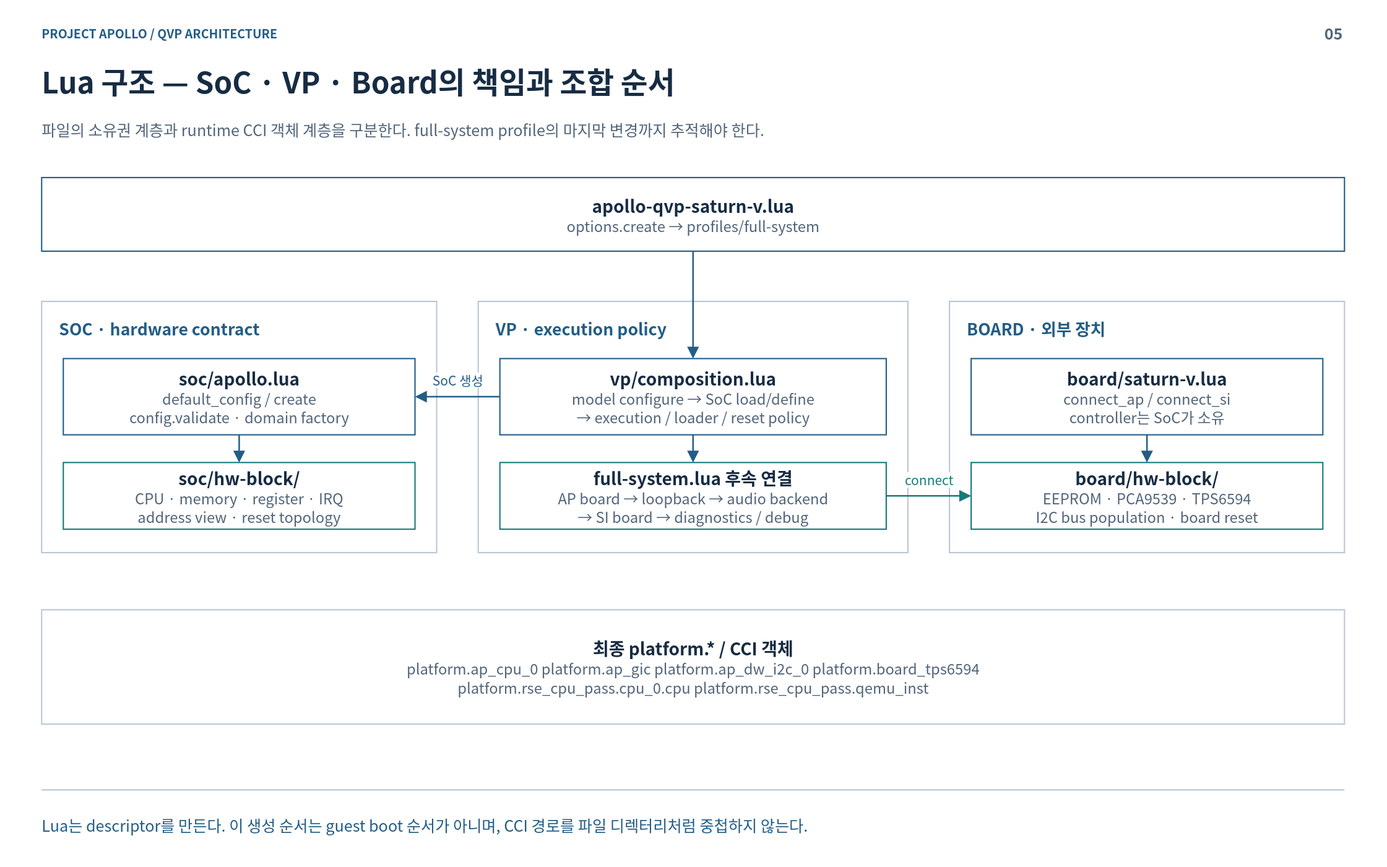
This is doc/phase1/qbox/diagrams/05-lua.drawio.svg from cometzero/project-apollo, a draw.io export, as it was before one commit. Source tidied: cells renumbered, new cells last; positions are measured from the earlier drawing's top-left corner, leaving out a move shared by most shapes.
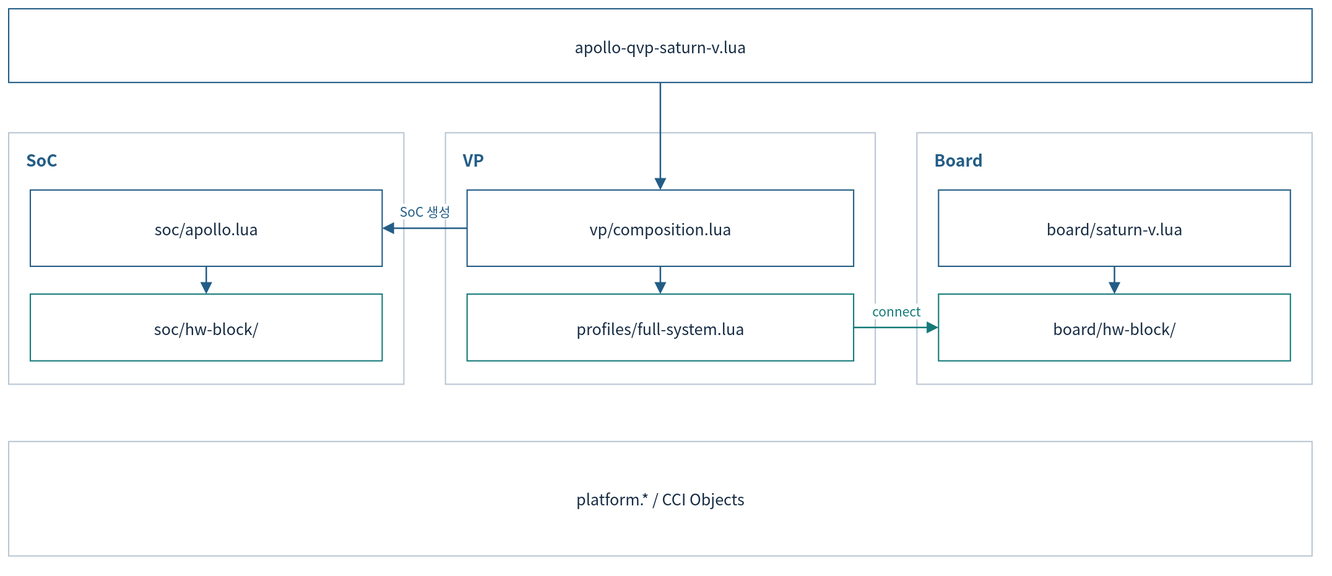
The same diagram one commit later.

The edit, as a diff of the source:
```diff
@@ -2,67 +2,43 @@
   <root>
     <mxCell id="0" />
     <mxCell id="1" parent="0" />
-    <mxCell id="2" style="rounded=0;whiteSpace=wrap;html=1;fillColor=#FFFFFF;strokeColor=none;strokeWidth=1.5;fontColor=#172C43;fontFamily=Noto Sans CJK KR;fontSize=18;spacing=14;" parent="1" vertex="1">
-      <mxGeometry width="1600" height="1000" as="geometry" />
-    </mxCell>
-    <mxCell id="3" value="PROJECT APOLLO  /  QVP ARCHITECTURE" style="rounded=0;whiteSpace=wrap;html=1;fillColor=#FFFFFF;strokeColor=none;strokeWidth=1.5;fontColor=#172C43;fontFamily=Noto Sans CJK KR;fontSize=18;spacing=14;fillColor=none;align=left;verticalAlign=middle;spacing=0;fontSize=14;fontColor=#235D86;fontStyle=1;" parent="1" vertex="1">
-      <mxGeometry x="48" y="26" width="1400" height="24" as="geometry" />
-    </mxCell>
-    <mxCell id="4" value="05" style="rounded=0;whiteSpace=wrap;html=1;fillColor=#FFFFFF;strokeColor=none;strokeWidth=1.5;fontColor=#172C43;fontFamily=Noto Sans CJK KR;fontSize=18;spacing=14;fillColor=none;align=right;verticalAlign=middle;spacing=0;fontSize=18;fontColor=#52657A;fontStyle=1;" parent="1" vertex="1">
-      <mxGeometry x="1485" y="23" width="65" height="30" as="geometry" />
-    </mxCell>
-    <mxCell id="5" value="Lua 구조 — SoC · VP · Board의 책임과 조합 순서" style="rounded=0;whiteSpace=wrap;html=1;fillColor=#FFFFFF;strokeColor=none;strokeWidth=1.5;fontColor=#172C43;fontFamily=Noto Sans CJK KR;fontSize=18;spacing=14;fillColor=none;align=left;verticalAlign=middle;spacing=0;fontSize=34;fontColor=#172C43;fontStyle=1;" parent="1" vertex="1">
-      <mxGeometry x="48" y="67" width="1504" height="54" as="geometry" />
-    </mxCell>
-    <mxCell id="6" value="파일의 소유권 계층과 runtime CCI 객체 계층을 구분한다. full-system profile의 마지막 변경까지 추적해야 한다." style="rounded=0;whiteSpace=wrap;html=1;fillColor=#FFFFFF;strokeColor=none;strokeWidth=1.5;fontColor=#172C43;fontFamily=Noto Sans CJK KR;fontSize=18;spacing=14;fillColor=none;align=left;verticalAlign=middle;spacing=0;fontSize=18;fontColor=#52657A;" parent="1" vertex="1">
-      <mxGeometry x="48" y="127" width="1504" height="44" as="geometry" />
-    </mxCell>
-    <mxCell id="7" style="html=1;rounded=0;edgeStyle=none;endArrow=none;endSize=9;strokeColor=#BAC7D3;strokeWidth=1.6;fontColor=#BAC7D3;fontFamily=Noto Sans CJK KR;fontSize=15;labelBackgroundColor=#FFFFFF;" parent="1" edge="1">
-      <mxGeometry relative="1" as="geometry">
-        <mxPoint x="48" y="912" as="sourcePoint" />
-        <mxPoint x="1552" y="912" as="targetPoint" />
-      </mxGeometry>
-    </mxCell>
-    <mxCell id="8" value="Lua는 descriptor를 만든다. 이 생성 순서는 guest boot 순서가 아니며, CCI 경로를 파일 디렉터리처럼 중첩하지 않는다." style="rounded=0;whiteSpace=wrap;html=1;fillColor=#FFFFFF;strokeColor=none;strokeWidth=1.5;fontColor=#172C43;fontFamily=Noto Sans CJK KR;fontSize=18;spacing=14;fillColor=none;align=left;verticalAlign=middle;spacing=0;fontSize=18;fontColor=#235D86;" parent="1" vertex="1">
-      <mxGeometry x="48" y="926" width="1504" height="52" as="geometry" />
-    </mxCell>
-    <mxCell id="9" value="&lt;b style=&quot;font-size:20px&quot;&gt;apollo-qvp-saturn-v.lua&lt;/b&gt;&lt;br&gt;&lt;font color=&quot;#52657A&quot; style=&quot;font-size:17px&quot;&gt;options.create → profiles/full-system&lt;/font&gt;" style="rounded=0;whiteSpace=wrap;html=1;fillColor=#FFFFFF;strokeColor=#235D86;strokeWidth=1.5;fontColor=#172C43;fontFamily=Noto Sans CJK KR;fontSize=18;spacing=14;" parent="1" vertex="1">
+    <mxCell id="9" value="apollo-qvp-saturn-v.lua" style="rounded=0;whiteSpace=wrap;html=1;fillColor=#FFFFFF;strokeColor=#235D86;strokeWidth=1.5;fontColor=#172C43;fontFamily=Noto Sans CJK KR;fontSize=18;spacing=14;" parent="1" vertex="1">
       <mxGeometry x="48" y="205" width="1504" height="85" as="geometry" />
     </mxCell>
     <mxCell id="10" style="rounded=0;whiteSpace=wrap;html=1;fillColor=#FFFFFF;strokeColor=#BAC7D3;strokeWidth=1.5;fontColor=#172C43;fontFamily=Noto Sans CJK KR;fontSize=18;spacing=14;" parent="1" vertex="1">
       <mxGeometry x="48" y="348" width="456" height="290" as="geometry" />
     </mxCell>
-    <mxCell id="11" value="SOC  ·  hardware contract" style="rounded=0;whiteSpace=wrap;html=1;fillColor=#FFFFFF;strokeColor=none;strokeWidth=1.5;fontColor=#172C43;fontFamily=Noto Sans CJK KR;fontSize=18;spacing=14;fillColor=none;align=left;verticalAlign=middle;spacing=0;fontSize=19;fontColor=#235D86;fontStyle=1;" parent="1" vertex="1">
+    <mxCell id="11" value="SoC" style="rounded=0;whiteSpace=wrap;html=1;fillColor=#FFFFFF;strokeColor=none;strokeWidth=1.5;fontColor=#172C43;fontFamily=Noto Sans CJK KR;fontSize=18;spacing=14;fillColor=none;align=left;verticalAlign=middle;spacing=0;fontSize=19;fontColor=#235D86;fontStyle=1;" parent="1" vertex="1">
       <mxGeometry x="68" y="363" width="416" height="32" as="geometry" />
     </mxCell>
     <mxCell id="12" style="rounded=0;whiteSpace=wrap;html=1;fillColor=#FFFFFF;strokeColor=#BAC7D3;strokeWidth=1.5;fontColor=#172C43;fontFamily=Noto Sans CJK KR;fontSize=18;spacing=14;" parent="1" vertex="1">
       <mxGeometry x="552" y="348" width="496" height="290" as="geometry" />
     </mxCell>
-    <mxCell id="13" value="VP  ·  execution policy" style="rounded=0;whiteSpace=wrap;html=1;fillColor=#FFFFFF;strokeColor=none;strokeWidth=1.5;fontColor=#172C43;fontFamily=Noto Sans CJK KR;fontSize=18;spacing=14;fillColor=none;align=left;verticalAlign=middle;spacing=0;fontSize=19;fontColor=#235D86;fontStyle=1;" parent="1" vertex="1">
+    <mxCell id="13" value="VP" style="rounded=0;whiteSpace=wrap;html=1;fillColor=#FFFFFF;strokeColor=none;strokeWidth=1.5;fontColor=#172C43;fontFamily=Noto Sans CJK KR;fontSize=18;spacing=14;fillColor=none;align=left;verticalAlign=middle;spacing=0;fontSize=19;fontColor=#235D86;fontStyle=1;" parent="1" vertex="1">
       <mxGeometry x="572" y="363" width="456" height="32" as="geometry" />
     </mxCell>
     <mxCell id="14" style="rounded=0;whiteSpace=wrap;html=1;fillColor=#FFFFFF;strokeColor=#BAC7D3;strokeWidth=1.5;fontColor=#172C43;fontFamily=Noto Sans CJK KR;fontSize=18;spacing=14;" parent="1" vertex="1">
       <mxGeometry x="1096" y="348" width="456" height="290" as="geometry" />
     </mxCell>
-    <mxCell id="15" value="BOARD  ·  외부 장치" style="rounded=0;whiteSpace=wrap;html=1;fillColor=#FFFFFF;strokeColor=none;strokeWidth=1.5;fontColor=#172C43;fontFamily=Noto Sans CJK KR;fontSize=18;spacing=14;fillColor=none;align=left;verticalAlign=middle;spacing=0;fontSize=19;fontColor=#235D86;fontStyle=1;" parent="1" vertex="1">
+    <mxCell id="15" value="Board" style="rounded=0;whiteSpace=wrap;html=1;fillColor=#FFFFFF;strokeColor=none;strokeWidth=1.5;fontColor=#172C43;fontFamily=Noto Sans CJK KR;fontSize=18;spacing=14;fillColor=none;align=left;verticalAlign=middle;spacing=0;fontSize=19;fontColor=#235D86;fontStyle=1;" parent="1" vertex="1">
       <mxGeometry x="1116" y="363" width="416" height="32" as="geometry" />
     </mxCell>
-    <mxCell id="16" value="&lt;b style=&quot;font-size:20px&quot;&gt;soc/apollo.lua&lt;/b&gt;&lt;br&gt;&lt;font color=&quot;#52657A&quot; style=&quot;font-size:17px&quot;&gt;default_config / create&lt;br&gt;config.validate · domain factory&lt;/font&gt;" style="rounded=0;whiteSpace=wrap;html=1;fillColor=#FFFFFF;strokeColor=#235D86;strokeWidth=1.5;fontColor=#172C43;fontFamily=Noto Sans CJK KR;fontSize=18;spacing=14;" parent="1" vertex="1">
+    <mxCell id="16" value="soc/apollo.lua" style="rounded=0;whiteSpace=wrap;html=1;fillColor=#FFFFFF;strokeColor=#235D86;strokeWidth=1.5;fontColor=#172C43;fontFamily=Noto Sans CJK KR;fontSize=18;spacing=14;" parent="1" vertex="1">
       <mxGeometry x="73" y="414" width="406" height="88" as="geometry" />
     </mxCell>
-    <mxCell id="17" value="&lt;b style=&quot;font-size:20px&quot;&gt;soc/hw-block/&lt;/b&gt;&lt;br&gt;&lt;font color=&quot;#52657A&quot; style=&quot;font-size:17px&quot;&gt;CPU · memory · register · IRQ&lt;br&gt;address view · reset topology&lt;/font&gt;" style="rounded=0;whiteSpace=wrap;html=1;fillColor=#FFFFFF;strokeColor=#147B79;strokeWidth=1.5;fontColor=#172C43;fontFamily=Noto Sans CJK KR;fontSize=18;spacing=14;" parent="1" vertex="1">
+    <mxCell id="17" value="soc/hw-block/" style="rounded=0;whiteSpace=wrap;html=1;fillColor=#FFFFFF;strokeColor=#147B79;strokeWidth=1.5;fontColor=#172C43;fontFamily=Noto Sans CJK KR;fontSize=18;spacing=14;" parent="1" vertex="1">
       <mxGeometry x="73" y="534" width="406" height="77" as="geometry" />
     </mxCell>
-    <mxCell id="18" value="&lt;b style=&quot;font-size:20px&quot;&gt;vp/composition.lua&lt;/b&gt;&lt;br&gt;&lt;font color=&quot;#52657A&quot; style=&quot;font-size:17px&quot;&gt;model configure → SoC load/define&lt;br&gt;→ execution / loader / reset policy&lt;/font&gt;" style="rounded=0;whiteSpace=wrap;html=1;fillColor=#FFFFFF;strokeColor=#235D86;strokeWidth=1.5;fontColor=#172C43;fontFamily=Noto Sans CJK KR;fontSize=18;spacing=14;" parent="1" vertex="1">
+    <mxCell id="18" value="vp/composition.lua" style="rounded=0;whiteSpace=wrap;html=1;fillColor=#FFFFFF;strokeColor=#235D86;strokeWidth=1.5;fontColor=#172C43;fontFamily=Noto Sans CJK KR;fontSize=18;spacing=14;" parent="1" vertex="1">
       <mxGeometry x="577" y="414" width="446" height="88" as="geometry" />
     </mxCell>
-    <mxCell id="19" value="&lt;b style=&quot;font-size:20px&quot;&gt;full-system.lua 후속 연결&lt;/b&gt;&lt;br&gt;&lt;font color=&quot;#52657A&quot; style=&quot;font-size:17px&quot;&gt;AP board → loopback → audio backend&lt;br&gt;→ SI board → diagnostics / debug&lt;/font&gt;" style="rounded=0;whiteSpace=wrap;html=1;fillColor=#FFFFFF;strokeColor=#147B79;strokeWidth=1.5;fontColor=#172C43;fontFamily=Noto Sans CJK KR;fontSize=18;spacing=14;" parent="1" vertex="1">
+    <mxCell id="19" value="profiles/full-system.lua" style="rounded=0;whiteSpace=wrap;html=1;fillColor=#FFFFFF;strokeColor=#147B79;strokeWidth=1.5;fontColor=#172C43;fontFamily=Noto Sans CJK KR;fontSize=18;spacing=14;" parent="1" vertex="1">
       <mxGeometry x="577" y="534" width="446" height="77" as="geometry" />
     </mxCell>
-    <mxCell id="20" value="&lt;b style=&quot;font-size:20px&quot;&gt;board/saturn-v.lua&lt;/b&gt;&lt;br&gt;&lt;font color=&quot;#52657A&quot; style=&quot;font-size:17px&quot;&gt;connect_ap / connect_si&lt;br&gt;controller는 SoC가 소유&lt;/font&gt;" style="rounded=0;whiteSpace=wrap;html=1;fillColor=#FFFFFF;strokeColor=#235D86;strokeWidth=1.5;fontColor=#172C43;fontFamily=Noto Sans CJK KR;fontSize=18;spacing=14;" parent="1" vertex="1">
+    <mxCell id="20" value="board/saturn-v.lua" style="rounded=0;whiteSpace=wrap;html=1;fillColor=#FFFFFF;strokeColor=#235D86;strokeWidth=1.5;fontColor=#172C43;fontFamily=Noto Sans CJK KR;fontSize=18;spacing=14;" parent="1" vertex="1">
       <mxGeometry x="1121" y="414" width="406" height="88" as="geometry" />
     </mxCell>
-    <mxCell id="21" value="&lt;b style=&quot;font-size:20px&quot;&gt;board/hw-block/&lt;/b&gt;&lt;br&gt;&lt;font color=&quot;#52657A&quot; style=&quot;font-size:17px&quot;&gt;EEPROM · PCA9539 · TPS6594&lt;br&gt;I2C bus population · board reset&lt;/font&gt;" style="rounded=0;whiteSpace=wrap;html=1;fillColor=#FFFFFF;strokeColor=#147B79;strokeWidth=1.5;fontColor=#172C43;fontFamily=Noto Sans CJK KR;fontSize=18;spacing=14;" parent="1" vertex="1">
+    <mxCell id="21" value="board/hw-block/" style="rounded=0;whiteSpace=wrap;html=1;fillColor=#FFFFFF;strokeColor=#147B79;strokeWidth=1.5;fontColor=#172C43;fontFamily=Noto Sans CJK KR;fontSize=18;spacing=14;" parent="1" vertex="1">
       <mxGeometry x="1121" y="534" width="406" height="77" as="geometry" />
     </mxCell>
     <mxCell id="22" style="html=1;whiteSpace=nowrap;rounded=0;edgeStyle=none;endArrow=block;endFill=1;endSize=9;strokeColor=#235D86;strokeWidth=1.8;fontColor=#235D86;fontFamily=Noto Sans CJK KR;fontSize=15;labelBackgroundColor=#FFFFFF;exitX=0.5;exitY=1;exitDx=0;exitDy=0;entryX=0.5;entryY=0;entryDx=0;entryDy=0;" parent="1" edge="1" source="9" target="18">
@@ -92,7 +68,7 @@
     <mxCell id="27" style="html=1;whiteSpace=nowrap;rounded=0;edgeStyle=none;endArrow=block;endFill=1;endSize=9;strokeColor=#235D86;strokeWidth=1.8;fontColor=#235D86;fontFamily=Noto Sans CJK KR;fontSize=15;labelBackgroundColor=#FFFFFF;exitX=0.5;exitY=1;exitDx=0;exitDy=0;entryX=0.5;entryY=0;entryDx=0;entryDy=0;" parent="1" edge="1" source="20" target="21">
       <mxGeometry relative="1" as="geometry" />
     </mxCell>
-    <mxCell id="28" value="&lt;b style=&quot;font-size:20px&quot;&gt;최종 platform.* / CCI 객체&lt;/b&gt;&lt;br&gt;&lt;font color=&quot;#52657A&quot; style=&quot;font-size:17px&quot;&gt;platform.ap_cpu_0    platform.ap_gic    platform.ap_dw_i2c_0    platform.board_tps6594&lt;br&gt;platform.rse_cpu_pass.cpu_0.cpu    platform.rse_cpu_pass.qemu_inst&lt;/font&gt;" style="rounded=0;whiteSpace=wrap;html=1;fillColor=#FFFFFF;strokeColor=#BAC7D3;strokeWidth=1.5;fontColor=#172C43;fontFamily=Noto Sans CJK KR;fontSize=18;spacing=14;" parent="1" vertex="1">
+    <mxCell id="28" value="platform.* / CCI Objects" style="rounded=0;whiteSpace=wrap;html=1;fillColor=#FFFFFF;strokeColor=#BAC7D3;strokeWidth=1.5;fontColor=#172C43;fontFamily=Noto Sans CJK KR;fontSize=18;spacing=14;" parent="1" vertex="1">
       <mxGeometry x="48" y="704" width="1504" height="132" as="geometry" />
     </mxCell>
   </root>
```
